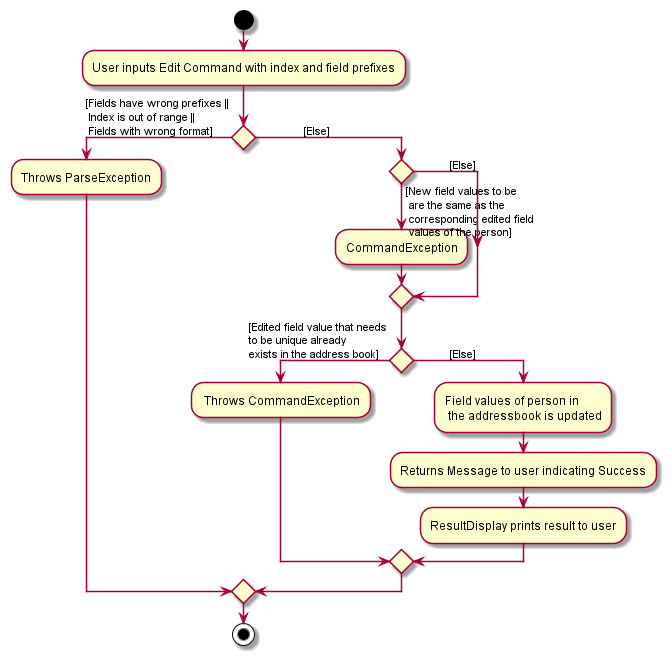
Before: docs/images/EditFeatureActivityDiagram.png, a diagram exported from PlantUML (nus-cs2103-AY2122S2/tp). Source of this version:
```plantuml
@startuml

start
:User inputs Edit Command with index and field prefixes;

if () then ([Fields have wrong prefixes || \n Index is out of range || \n Fields with wrong format])
    :Throws ParseException;
    else (                [Else])

    if () then ([New field values to be \n are the same as the \n corresponding edited field \n values of the person])
        :CommandException;

    else (            [Else])
    endif
    if () then ([Edited field value that needs \nto be unique already \nexists in the address book])
    : Throws CommandException;
    else (            [Else])
        :Field values of person in \n the addressbook is updated;
        :Returns Message to user indicating Success;
        :ResultDisplay prints result to user;
   endif
endif
stop
@enduml
```
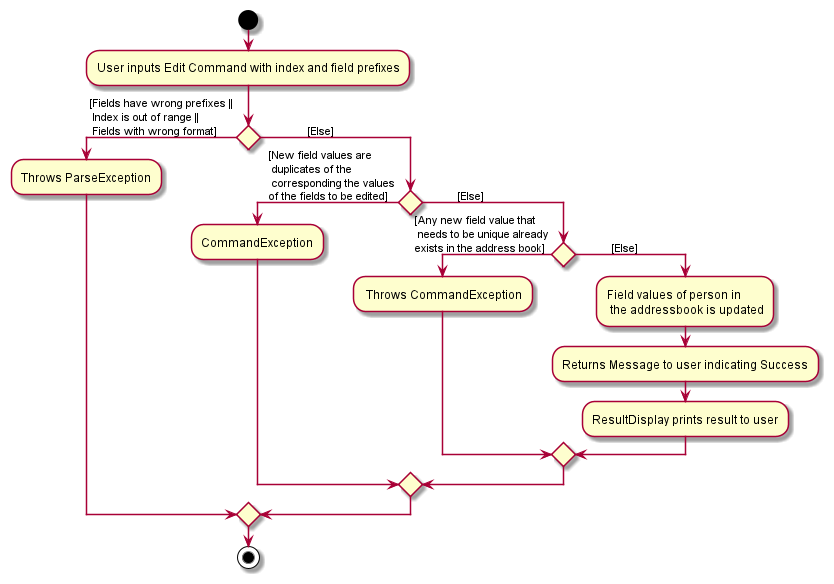
Later version of the same file.

Commit message:
Update edit feature activity diagram

Diff of the diagram source:
```diff
@@ -7,17 +7,18 @@
     :Throws ParseException;
     else (                [Else])
 
-    if () then ([New field values to be \n are the same as the \n corresponding edited field \n values of the person])
+    if () then ([New field values are \n duplicates of the \n corresponding the values \nof the fields to be edited])
         :CommandException;
 
     else (            [Else])
-    endif
-    if () then ([Edited field value that needs \nto be unique already \nexists in the address book])
+
+    if () then ([Any new field value that \n needs to be unique already \nexists in the address book])
     : Throws CommandException;
     else (            [Else])
         :Field values of person in \n the addressbook is updated;
         :Returns Message to user indicating Success;
         :ResultDisplay prints result to user;
+        endif
    endif
 endif
 stop
```
